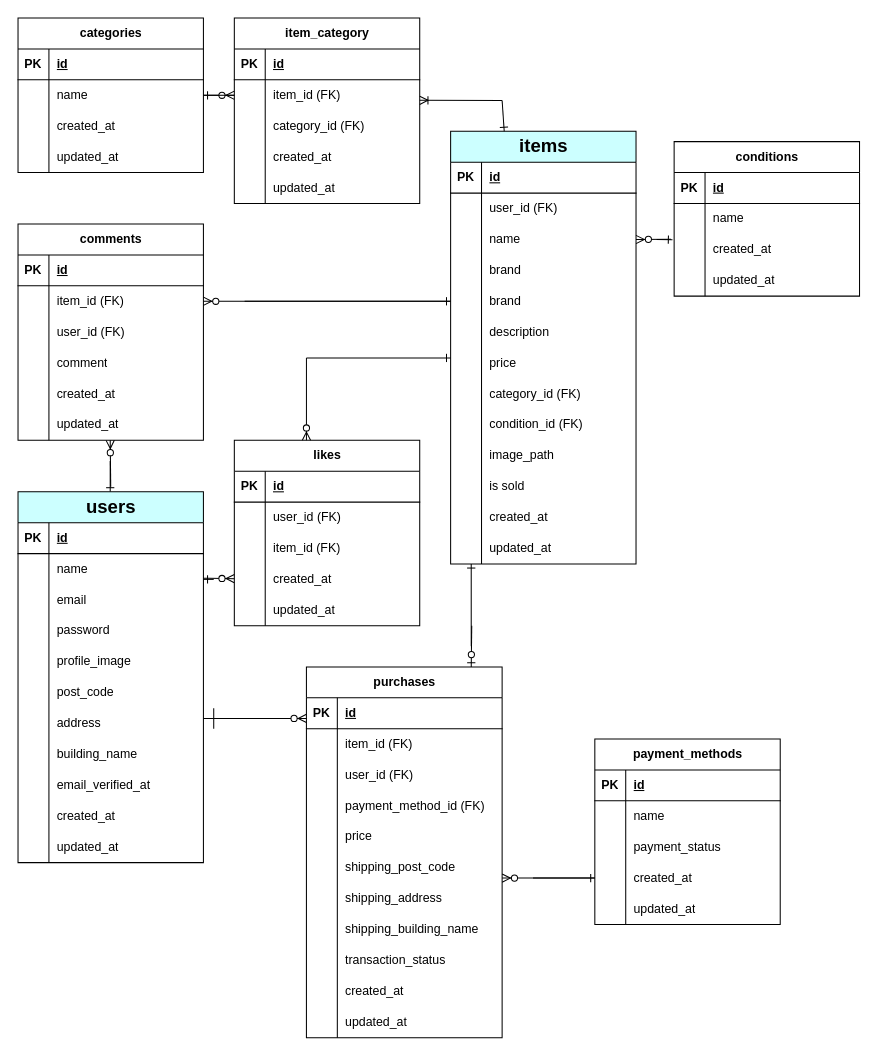
This is er-diagram.drawio from hidama-rika/coachtech-pixel-market, a draw.io file, before an edit. Source tidied: cells renumbered, new cells numbered last; positions are measured from the earlier drawing's top-left corner, leaving out a move shared by most shapes. Both pictures are drawn from the tidied source at 103%, with x=0, y=0 at pixel (18, 18).
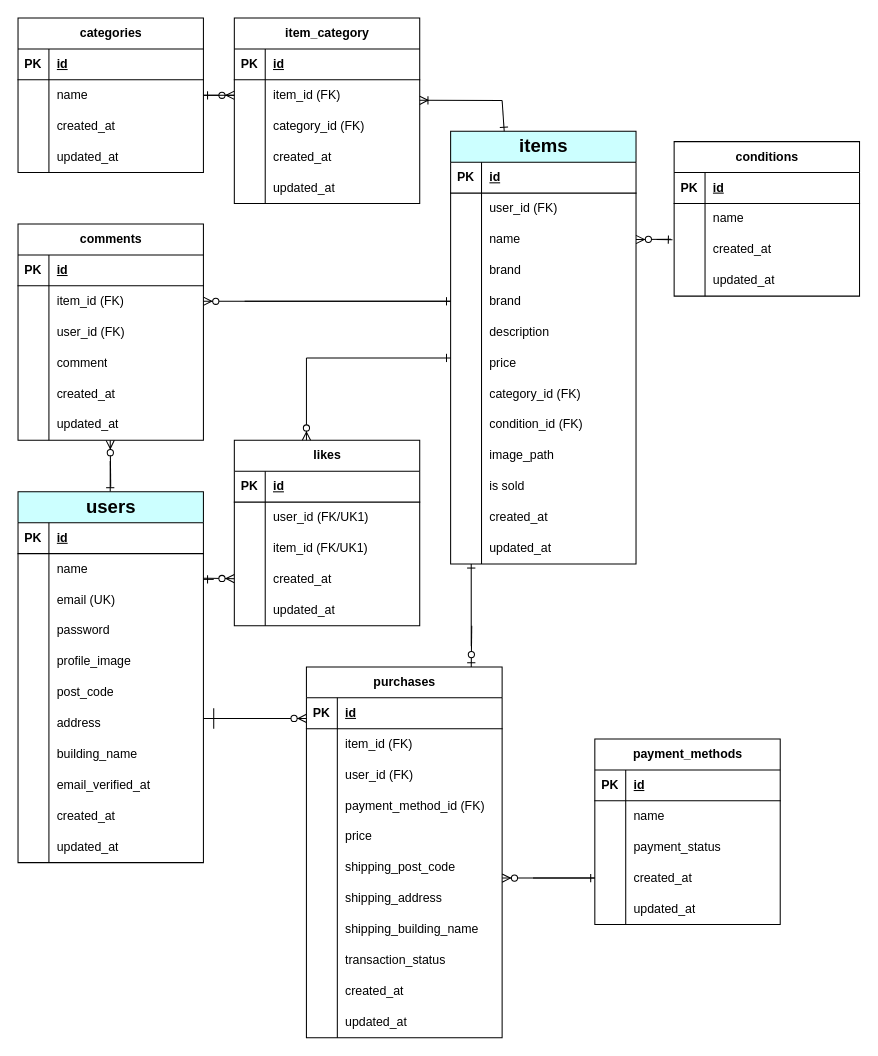
The same page after the edit.

Unchanged cells that the change refers to:
```xml
<mxCell id="174" style="shape=tableRow;horizontal=0;startSize=0;swimlaneHead=0;swimlaneBody=0;fillColor=none;top=0;left=0;right=0;bottom=0;" parent="170" vertex="1">
  <mxGeometry y="60" width="180" height="30" as="geometry" />
</mxCell>
<mxCell id="177" style="shape=tableRow;horizontal=0;startSize=0;swimlaneHead=0;swimlaneBody=0;fillColor=none;top=0;left=0;right=0;bottom=0;" parent="170" vertex="1">
  <mxGeometry y="90" width="180" height="30" as="geometry" />
</mxCell>
<mxCell id="194" style="shape=tableRow;horizontal=0;startSize=0;swimlaneHead=0;swimlaneBody=0;fillColor=none;top=0;left=0;right=0;bottom=0;" parent="187" vertex="1">
  <mxGeometry y="90" width="180" height="30" as="geometry" />
</mxCell>
```

What changed in the source:
```diff
@@
-    <mxCell id="176" value="user_id (FK)" style="shape=partialRectangle;fillColor=none;top=0;left=0;bottom=0;right=0;align=left;spacingLeft=6;overflow=hidden;whiteSpace=wrap;html=1;" parent="174" vertex="1">
+    <mxCell id="176" value="user_id (FK/UK1)" style="shape=partialRectangle;fillColor=none;top=0;left=0;bottom=0;right=0;align=left;spacingLeft=6;overflow=hidden;whiteSpace=wrap;html=1;" parent="174" vertex="1">
       <mxGeometry x="30" width="150" height="30" as="geometry" />
     </mxCell>
@@
-    <mxCell id="179" value="item_id (FK)" style="shape=partialRectangle;fillColor=none;top=0;left=0;bottom=0;right=0;align=left;spacingLeft=6;overflow=hidden;whiteSpace=wrap;html=1;" parent="177" vertex="1">
+    <mxCell id="179" value="item_id (FK/UK1)" style="shape=partialRectangle;fillColor=none;top=0;left=0;bottom=0;right=0;align=left;spacingLeft=6;overflow=hidden;whiteSpace=wrap;html=1;" parent="177" vertex="1">
       <mxGeometry x="30" width="150" height="30" as="geometry" />
     </mxCell>
@@
-    <mxCell id="196" value="email" style="shape=partialRectangle;fillColor=none;top=0;left=0;bottom=0;right=0;align=left;spacingLeft=6;overflow=hidden;whiteSpace=wrap;html=1;" parent="194" vertex="1">
+    <mxCell id="196" value="email (UK)" style="shape=partialRectangle;fillColor=none;top=0;left=0;bottom=0;right=0;align=left;spacingLeft=6;overflow=hidden;whiteSpace=wrap;html=1;" parent="194" vertex="1">
       <mxGeometry x="30" width="150" height="30" as="geometry" />
     </mxCell>
```
